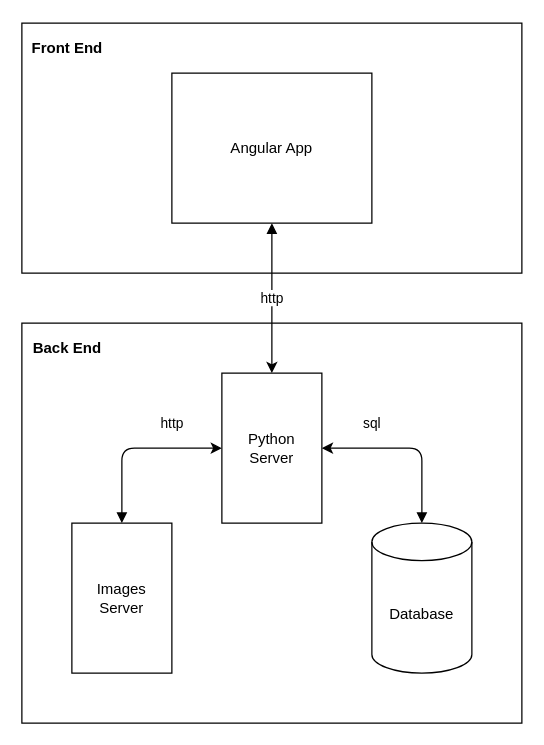
This is design/integrated-system.drawio from ska-sa/images-hub, a draw.io file, before an edit. Source tidied: cells renumbered, new cells numbered last; positions are measured from the earlier drawing's top-left corner, leaving out a move shared by most shapes. Both pictures are drawn from the tidied source at 125%, with x=0, y=0 at pixel (21, 21).
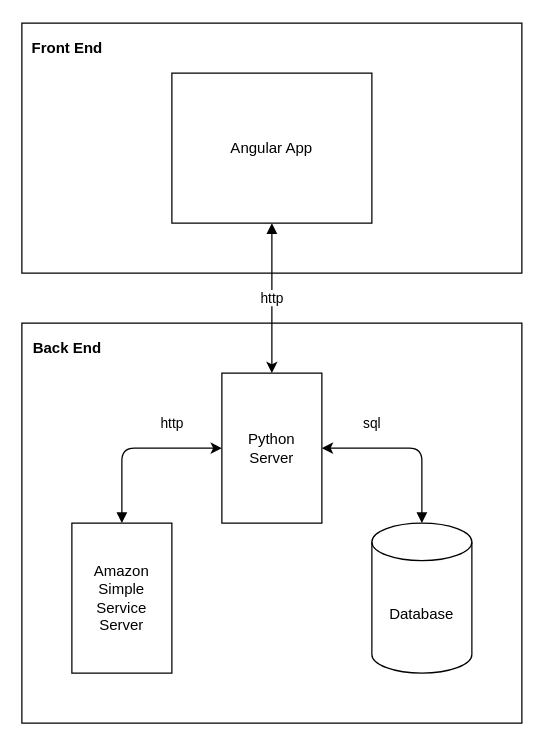
The same diagram, later.

Commit message:
Remaned Images Server with Amazon S3

Diff of the diagram source:
```diff
@@
 <mxGraphModel>
   <root>
     <mxCell id="0" />
     <mxCell id="1" parent="0" />
     <mxCell id="2" style="rounded=0;whiteSpace=wrap;html=1;" parent="1" vertex="1">
       <mxGeometry y="1" width="400" height="200" as="geometry" />
     </mxCell>
     <mxCell id="3" style="rounded=0;whiteSpace=wrap;html=1;" parent="1" vertex="1">
       <mxGeometry y="241" width="400" height="320" as="geometry" />
     </mxCell>
     <mxCell id="4" value="http" style="edgeStyle=none;html=1;exitX=0.5;exitY=0;exitDx=0;exitDy=0;entryX=0;entryY=0.5;entryDx=0;entryDy=0;startArrow=block;startFill=1;" parent="1" edge="1" source="5" target="8">
       <mxGeometry x="0.43" y="20" relative="1" as="geometry">
         <Array as="points">
           <mxPoint x="80" y="341" />
         </Array>
       </mxGeometry>
     </mxCell>
-    <mxCell id="5" value="Images Server" style="rounded=0;whiteSpace=wrap;html=1;" parent="1" vertex="1">
+    <mxCell id="5" value="Amazon Simple Service Server" style="rounded=0;whiteSpace=wrap;html=1;" parent="1" vertex="1">
       <mxGeometry x="40" y="401" width="80" height="120" as="geometry" />
     </mxCell>
     <mxCell id="6" value="sql" style="edgeStyle=none;html=1;exitX=0.5;exitY=0;exitDx=0;exitDy=0;exitPerimeter=0;entryX=1;entryY=0.5;entryDx=0;entryDy=0;startArrow=block;startFill=1;" parent="1" edge="1" source="7" target="8">
       <mxGeometry x="0.43" y="-20" relative="1" as="geometry">
         <Array as="points">
           <mxPoint x="320" y="341" />
         </Array>
       </mxGeometry>
     </mxCell>
     <mxCell id="7" value="Database" style="shape=cylinder3;whiteSpace=wrap;html=1;boundedLbl=1;backgroundOutline=1;size=15;" parent="1" vertex="1">
       <mxGeometry x="280" y="401" width="80" height="120" as="geometry" />
     </mxCell>
     <mxCell id="8" value="Python &lt;br&gt;Server" style="rounded=0;whiteSpace=wrap;html=1;" parent="1" vertex="1">
       <mxGeometry x="160" y="281" width="80" height="120" as="geometry" />
     </mxCell>
     <mxCell id="9" value="http" style="edgeStyle=none;html=1;exitX=0.5;exitY=1;exitDx=0;exitDy=0;entryX=0.5;entryY=0;entryDx=0;entryDy=0;startArrow=block;startFill=1;" parent="1" edge="1" source="10" target="8">
       <mxGeometry relative="1" as="geometry" />
     </mxCell>
     <mxCell id="10" value="Angular App" style="rounded=0;whiteSpace=wrap;html=1;" parent="1" vertex="1">
       <mxGeometry x="120" y="41" width="160" height="120" as="geometry" />
     </mxCell>
     <mxCell id="11" value="&lt;p style=&quot;line-height: 120%;&quot;&gt;&lt;b&gt;Front End&lt;/b&gt;&lt;/p&gt;" style="text;html=1;align=center;verticalAlign=middle;strokeColor=none;fillColor=none;spacing=-2;" parent="1" vertex="1">
       <mxGeometry x="2" width="67" height="42" as="geometry" />
     </mxCell>
     <mxCell id="12" value="&lt;p style=&quot;line-height: 120%;&quot;&gt;&lt;b&gt;Back End&lt;/b&gt;&lt;/p&gt;" style="text;html=1;align=center;verticalAlign=middle;strokeColor=none;fillColor=none;spacing=-2;" parent="1" vertex="1">
       <mxGeometry x="3" y="240" width="65" height="42" as="geometry" />
     </mxCell>
   </root>
 </mxGraphModel>
```
